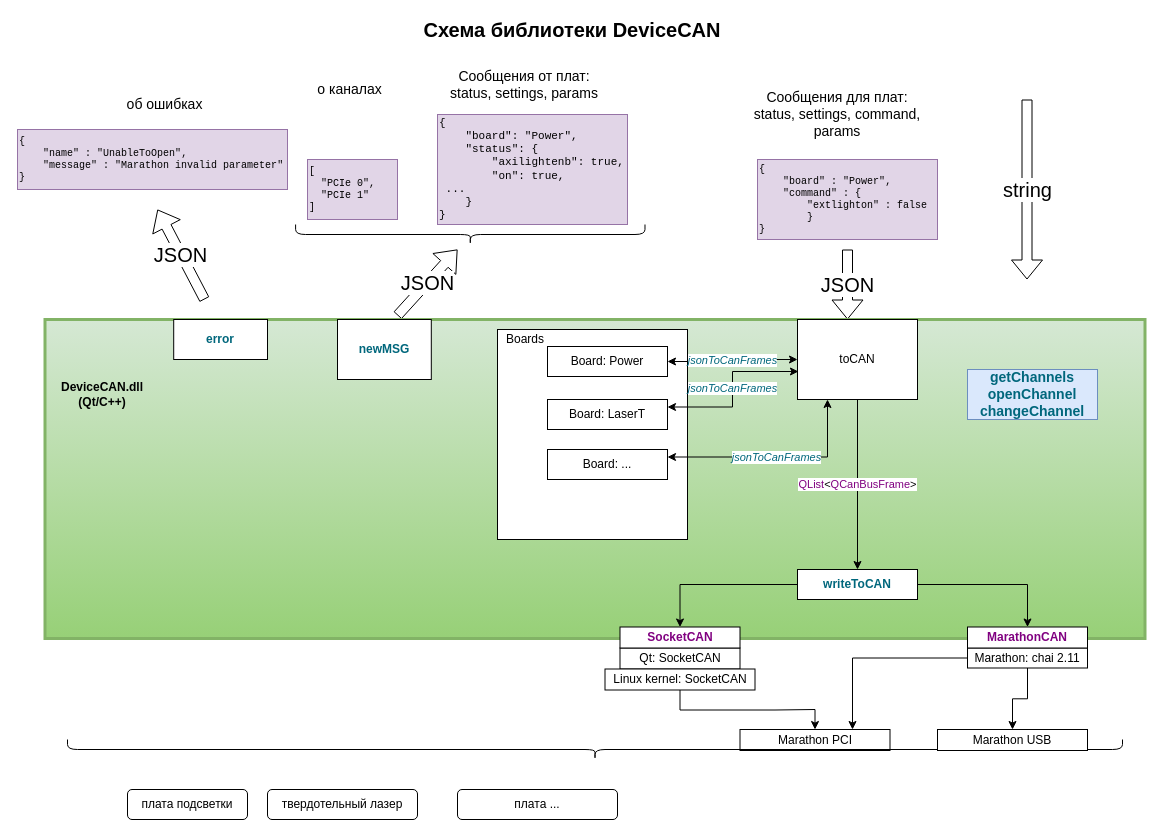
Before: LaserSTUDIO2_DeviceCAN.drawio in ponBulat/dia, a draw.io diagram. Source tidied: cells renumbered, new cells numbered last; positions are measured from the earlier drawing's top-left corner, leaving out a move shared by most shapes. Both pictures are drawn from the tidied source at 100%, with x=0, y=0 at pixel (17, 19).
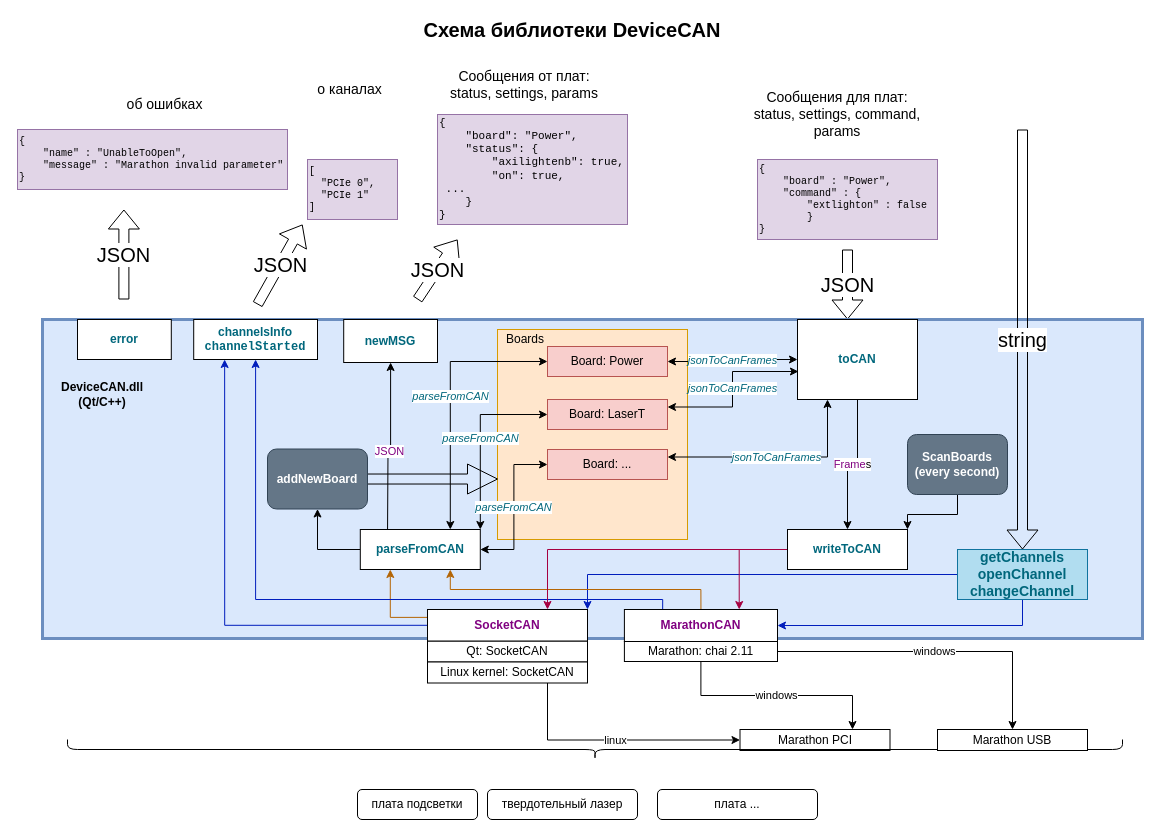
The same page after the edit.

Unchanged cells that the change refers to:
```xml
<mxCell id="26" value="Marathon PCI" style="rounded=0;whiteSpace=wrap;html=1;" parent="1" vertex="1">
  <mxGeometry x="722.5" y="710" width="150" height="21" as="geometry" />
</mxCell>
<mxCell id="33" value="Marathon USB" style="rounded=0;whiteSpace=wrap;html=1;" parent="1" vertex="1">
  <mxGeometry x="920" y="710" width="150" height="21" as="geometry" />
</mxCell>
```

What changed in the source:
```diff
@@
     <mxCell id="3" value="JSON" style="shape=flexArrow;endArrow=classic;html=1;fontSize=20;" parent="1" edge="1">
       <mxGeometry relative="1" as="geometry">
-        <mxPoint x="380" y="296" as="sourcePoint" />
-        <mxPoint x="440" y="230" as="targetPoint" />
+        <mxPoint x="400" y="280" as="sourcePoint" />
+        <mxPoint x="440" y="220" as="targetPoint" />
       </mxGeometry>
     </mxCell>
@@
-    <mxCell id="5" style="shape=curlyBracket;whiteSpace=wrap;html=1;rounded=1;flipH=1;fontSize=20;rotation=90;" parent="1" vertex="1">
-      <mxGeometry x="442.8" y="40.3" width="20" height="349.4" as="geometry" />
-    </mxCell>
@@
-    <mxCell id="14" value="string" style="shape=flexArrow;endArrow=classic;html=1;fontSize=20;" parent="1" edge="1">
-      <mxGeometry relative="1" as="geometry">
-        <mxPoint x="1009.5" y="80" as="sourcePoint" />
-        <mxPoint x="1009.5" y="260" as="targetPoint" />
-      </mxGeometry>
-    </mxCell>
-    <mxCell id="15" value="&lt;b&gt;&lt;br&gt;&lt;/b&gt;" style="rounded=0;whiteSpace=wrap;html=1;fontSize=14;fillColor=#d5e8d4;strokeColor=#82b366;gradientColor=#97d077;strokeWidth=3;" parent="1" vertex="1">
-      <mxGeometry x="27.5" y="300" width="1100" height="319" as="geometry" />
+    <mxCell id="15" value="&lt;b&gt;&lt;br&gt;&lt;/b&gt;" style="rounded=0;whiteSpace=wrap;html=1;fontSize=14;fillColor=#dae8fc;strokeColor=#6c8ebf;strokeWidth=3;" parent="1" vertex="1">
+      <mxGeometry x="25" y="300" width="1100" height="319" as="geometry" />
     </mxCell>
@@
+    <mxCell id="48" style="edgeStyle=orthogonalEdgeStyle;rounded=0;jettySize=auto;html=1;entryX=1;entryY=0.5;entryDx=0;entryDy=0;startArrow=none;startFill=0;endArrow=classic;endFill=1;exitX=0.5;exitY=1;exitDx=0;exitDy=0;fillColor=#0050ef;strokeColor=#001DBC;" parent="1" edge="1" source="17" target="32">
+      <mxGeometry relative="1" as="geometry" />
+    </mxCell>
+    <mxCell id="49" style="edgeStyle=orthogonalEdgeStyle;rounded=0;jettySize=auto;html=1;entryX=1;entryY=0;entryDx=0;entryDy=0;startArrow=none;startFill=0;endArrow=classic;endFill=1;fillColor=#0050ef;strokeColor=#001DBC;" parent="1" edge="1" source="17" target="31">
+      <mxGeometry relative="1" as="geometry" />
+    </mxCell>
-    <mxCell id="17" value="&lt;span style=&quot;font-weight: 600 ; color: #00677c&quot;&gt;getChannels&lt;/span&gt;&lt;span style=&quot;font-weight: 600 ; color: #00677c&quot;&gt;&lt;br&gt;openChannel&lt;br&gt;&lt;/span&gt;&lt;span style=&quot;font-weight: 600 ; color: #00677c&quot;&gt;changeChannel&lt;/span&gt;" style="text;html=1;strokeColor=#6c8ebf;fillColor=#dae8fc;align=center;verticalAlign=middle;whiteSpace=wrap;rounded=0;fontSize=14;" parent="1" vertex="1">
-      <mxGeometry x="950" y="350" width="130" height="50" as="geometry" />
+    <mxCell id="17" value="&lt;span style=&quot;font-weight: 600 ; color: #00677c&quot;&gt;getChannels&lt;/span&gt;&lt;span style=&quot;font-weight: 600 ; color: #00677c&quot;&gt;&lt;br&gt;openChannel&lt;br&gt;&lt;/span&gt;&lt;span style=&quot;font-weight: 600 ; color: #00677c&quot;&gt;changeChannel&lt;/span&gt;" style="text;html=1;strokeColor=#10739e;fillColor=#b1ddf0;align=center;verticalAlign=middle;whiteSpace=wrap;rounded=0;fontSize=14;" parent="1" vertex="1">
+      <mxGeometry x="940" y="530" width="130" height="50" as="geometry" />
     </mxCell>
-    <mxCell id="18" value="&lt;span style=&quot;color: #c0c0c0&quot;&gt; &lt;/span&gt;&lt;span style=&quot;color: #800080&quot;&gt;QList&lt;/span&gt;&amp;lt;&lt;span style=&quot;color: #800080&quot;&gt;QCanBusFrame&lt;/span&gt;&amp;gt;" style="edgeStyle=orthogonalEdgeStyle;rounded=0;jettySize=auto;html=1;exitX=0.5;exitY=1;exitDx=0;exitDy=0;" parent="1" edge="1" source="19" target="36">
+    <mxCell id="18" value="&lt;span style=&quot;color: #800080&quot;&gt;Frame&lt;/span&gt;s" style="edgeStyle=orthogonalEdgeStyle;rounded=0;jettySize=auto;html=1;exitX=0.5;exitY=1;exitDx=0;exitDy=0;" parent="1" edge="1" source="19" target="36">
       <mxGeometry relative="1" as="geometry" />
     </mxCell>
-    <mxCell id="19" value="toCAN" style="rounded=0;whiteSpace=wrap;html=1;" parent="1" vertex="1">
+    <mxCell id="19" value="&lt;span style=&quot;font-weight: 600 ; color: #00677c&quot;&gt;toCAN&lt;/span&gt;" style="rounded=0;whiteSpace=wrap;html=1;" parent="1" vertex="1">
       <mxGeometry x="780" y="300" width="120" height="80" as="geometry" />
     </mxCell>
     <mxCell id="20" value="Qt: SocketCAN" style="rounded=0;whiteSpace=wrap;html=1;" parent="1" vertex="1">
-      <mxGeometry x="602.5" y="628.5" width="120" height="21" as="geometry" />
+      <mxGeometry x="410" y="621.5" width="160" height="21" as="geometry" />
     </mxCell>
-    <mxCell id="21" style="edgeStyle=orthogonalEdgeStyle;rounded=0;jettySize=auto;html=1;entryX=0.75;entryY=0;entryDx=0;entryDy=0;" parent="1" edge="1" source="23" target="26">
+    <mxCell id="21" value="windows" style="edgeStyle=orthogonalEdgeStyle;rounded=0;jettySize=auto;html=1;entryX=0.75;entryY=0;entryDx=0;entryDy=0;" parent="1" edge="1" source="23" target="26">
       <mxGeometry relative="1" as="geometry" />
     </mxCell>
-    <mxCell id="22" style="edgeStyle=orthogonalEdgeStyle;rounded=0;jettySize=auto;html=1;" parent="1" edge="1" source="23" target="33">
+    <mxCell id="22" value="windows" style="edgeStyle=orthogonalEdgeStyle;rounded=0;jettySize=auto;html=1;" parent="1" edge="1" source="23" target="33">
       <mxGeometry relative="1" as="geometry" />
     </mxCell>
     <mxCell id="23" value="Marathon: chai 2.11" style="rounded=0;whiteSpace=wrap;html=1;" parent="1" vertex="1">
-      <mxGeometry x="950" y="628.5" width="120" height="20" as="geometry" />
+      <mxGeometry x="606.9" y="622" width="153.1" height="20" as="geometry" />
     </mxCell>
-    <mxCell id="24" style="edgeStyle=orthogonalEdgeStyle;rounded=0;jettySize=auto;html=1;" parent="1" edge="1" source="25" target="26">
+    <mxCell id="24" value="linux" style="edgeStyle=orthogonalEdgeStyle;rounded=0;jettySize=auto;html=1;entryX=0;entryY=0.5;entryDx=0;entryDy=0;exitX=0.75;exitY=1;exitDx=0;exitDy=0;" parent="1" edge="1" source="25" target="26">
       <mxGeometry relative="1" as="geometry" />
     </mxCell>
     <mxCell id="25" value="Linux kernel: SocketCAN" style="rounded=0;whiteSpace=wrap;html=1;" parent="1" vertex="1">
-      <mxGeometry x="587.5" y="649.5" width="150" height="21" as="geometry" />
+      <mxGeometry x="410" y="642.5" width="160" height="21" as="geometry" />
     </mxCell>
@@
     <mxCell id="27" value="&lt;div&gt;плата подсветки&lt;/div&gt;" style="rounded=1;whiteSpace=wrap;html=1;" parent="1" vertex="1">
-      <mxGeometry x="110" y="770" width="120" height="30" as="geometry" />
+      <mxGeometry x="340" y="770" width="120" height="30" as="geometry" />
     </mxCell>
@@
     <mxCell id="29" value="твердотельный лазер" style="rounded=1;whiteSpace=wrap;html=1;" parent="1" vertex="1">
-      <mxGeometry x="250" y="770" width="150" height="30" as="geometry" />
+      <mxGeometry x="470" y="770" width="150" height="30" as="geometry" />
     </mxCell>
     <mxCell id="30" value="&lt;div&gt;плата ...&lt;br&gt;&lt;/div&gt;" style="rounded=1;whiteSpace=wrap;html=1;" parent="1" vertex="1">
-      <mxGeometry x="440" y="770" width="160" height="30" as="geometry" />
+      <mxGeometry x="640" y="770" width="160" height="30" as="geometry" />
     </mxCell>
+    <mxCell id="50" style="edgeStyle=orthogonalEdgeStyle;rounded=0;jettySize=auto;html=1;entryX=0.25;entryY=1;entryDx=0;entryDy=0;startArrow=none;startFill=0;endArrow=classic;endFill=1;exitX=0;exitY=0.25;exitDx=0;exitDy=0;fillColor=#fad7ac;strokeColor=#b46504;" parent="1" edge="1" source="31" target="59">
+      <mxGeometry relative="1" as="geometry" />
+    </mxCell>
+    <mxCell id="51" style="edgeStyle=orthogonalEdgeStyle;rounded=0;jettySize=auto;html=1;entryX=0.25;entryY=1;entryDx=0;entryDy=0;startArrow=none;startFill=0;endArrow=classic;endFill=1;fillColor=#0050ef;strokeColor=#001DBC;" parent="1" edge="1" source="31" target="63">
+      <mxGeometry relative="1" as="geometry" />
+    </mxCell>
     <mxCell id="31" value="&lt;span style=&quot;font-weight: 600 ; color: #800080&quot;&gt;SocketCAN&lt;/span&gt;" style="rounded=0;whiteSpace=wrap;html=1;" parent="1" vertex="1">
-      <mxGeometry x="602.5" y="607.5" width="120" height="21" as="geometry" />
+      <mxGeometry x="410" y="590" width="160" height="31.5" as="geometry" />
     </mxCell>
+    <mxCell id="52" style="edgeStyle=orthogonalEdgeStyle;rounded=0;jettySize=auto;html=1;entryX=0.75;entryY=1;entryDx=0;entryDy=0;startArrow=none;startFill=0;exitX=0.5;exitY=0;exitDx=0;exitDy=0;fillColor=#fad7ac;strokeColor=#b46504;" parent="1" edge="1" source="32" target="59">
+      <mxGeometry relative="1" as="geometry" />
+    </mxCell>
+    <mxCell id="53" style="edgeStyle=orthogonalEdgeStyle;rounded=0;jettySize=auto;html=1;entryX=0.5;entryY=1;entryDx=0;entryDy=0;startArrow=none;startFill=0;endArrow=classic;endFill=1;exitX=0.25;exitY=0;exitDx=0;exitDy=0;fillColor=#0050ef;strokeColor=#001DBC;" parent="1" edge="1" source="32" target="63">
+      <mxGeometry relative="1" as="geometry">
+        <Array as="points">
+          <mxPoint x="645" y="580" />
+          <mxPoint x="238" y="580" />
+        </Array>
+      </mxGeometry>
+    </mxCell>
     <mxCell id="32" value="&lt;span style=&quot;font-weight: 600 ; color: #800080&quot;&gt;MarathonCAN&lt;/span&gt;" style="rounded=0;whiteSpace=wrap;html=1;" parent="1" vertex="1">
-      <mxGeometry x="950" y="607.5" width="120" height="21" as="geometry" />
+      <mxGeometry x="606.9" y="590" width="153.1" height="32" as="geometry" />
     </mxCell>
@@
-    <mxCell id="34" style="edgeStyle=orthogonalEdgeStyle;rounded=0;jettySize=auto;html=1;" parent="1" edge="1" source="36" target="31">
+    <mxCell id="34" style="edgeStyle=orthogonalEdgeStyle;rounded=0;jettySize=auto;html=1;entryX=0.75;entryY=0;entryDx=0;entryDy=0;fillColor=#d80073;strokeColor=#A50040;" parent="1" edge="1" source="36" target="31">
       <mxGeometry relative="1" as="geometry" />
     </mxCell>
-    <mxCell id="35" style="edgeStyle=orthogonalEdgeStyle;rounded=0;jettySize=auto;html=1;entryX=0.5;entryY=0;entryDx=0;entryDy=0;" parent="1" edge="1" source="36" target="32">
+    <mxCell id="35" style="edgeStyle=orthogonalEdgeStyle;rounded=0;jettySize=auto;html=1;entryX=0.75;entryY=0;entryDx=0;entryDy=0;fillColor=#d80073;strokeColor=#A50040;" parent="1" edge="1" source="36" target="32">
       <mxGeometry relative="1" as="geometry" />
     </mxCell>
     <mxCell id="36" value="&lt;span style=&quot;font-weight: 600 ; color: #00677c&quot;&gt;writeToCAN&lt;/span&gt;" style="rounded=0;whiteSpace=wrap;html=1;" parent="1" vertex="1">
-      <mxGeometry x="780" y="550" width="120" height="30" as="geometry" />
+      <mxGeometry x="770" y="510" width="120" height="40" as="geometry" />
     </mxCell>
     <mxCell id="37" value="&lt;span style=&quot;font-weight: 600 ; color: #00677c&quot;&gt;newMSG&lt;/span&gt;" style="rounded=0;whiteSpace=wrap;html=1;" parent="1" vertex="1">
-      <mxGeometry x="320" y="300" width="93.8" height="60" as="geometry" />
+      <mxGeometry x="326.2" y="300" width="93.8" height="43" as="geometry" />
     </mxCell>
-    <mxCell id="38" style="rounded=0;whiteSpace=wrap;html=1;" parent="1" vertex="1">
+    <mxCell id="38" style="rounded=0;whiteSpace=wrap;html=1;fillColor=#ffe6cc;strokeColor=#d79b00;" parent="1" vertex="1">
       <mxGeometry x="480" y="310" width="190" height="210" as="geometry" />
     </mxCell>
-    <mxCell id="39" value="Board: Power" style="rounded=0;whiteSpace=wrap;html=1;" parent="1" vertex="1">
+    <mxCell id="39" value="Board: Power" style="rounded=0;whiteSpace=wrap;html=1;fillColor=#f8cecc;strokeColor=#b85450;" parent="1" vertex="1">
       <mxGeometry x="530" y="327" width="120" height="30" as="geometry" />
     </mxCell>
-    <mxCell id="40" value="Board: LaserT" style="rounded=0;whiteSpace=wrap;html=1;" parent="1" vertex="1">
+    <mxCell id="40" value="Board: LaserT" style="rounded=0;whiteSpace=wrap;html=1;fillColor=#f8cecc;strokeColor=#b85450;" parent="1" vertex="1">
       <mxGeometry x="530" y="380" width="120" height="30" as="geometry" />
     </mxCell>
-    <mxCell id="41" value="Board: ..." style="rounded=0;whiteSpace=wrap;html=1;" parent="1" vertex="1">
+    <mxCell id="41" value="Board: ..." style="rounded=0;whiteSpace=wrap;html=1;fillColor=#f8cecc;strokeColor=#b85450;" parent="1" vertex="1">
       <mxGeometry x="530" y="430" width="120" height="30" as="geometry" />
     </mxCell>
@@
     <mxCell id="46" value="JSON" style="shape=flexArrow;endArrow=classic;html=1;fontSize=20;" parent="1" edge="1">
       <mxGeometry relative="1" as="geometry">
-        <mxPoint x="187" y="280" as="sourcePoint" />
-        <mxPoint x="140" y="190" as="targetPoint" />
+        <mxPoint x="106.4" y="280" as="sourcePoint" />
+        <mxPoint x="106.4" y="190" as="targetPoint" />
       </mxGeometry>
     </mxCell>
     <mxCell id="47" value="&lt;span style=&quot;font-weight: 600 ; color: #00677c&quot;&gt;error&lt;/span&gt;" style="rounded=0;whiteSpace=wrap;html=1;" parent="1" vertex="1">
-      <mxGeometry x="156.2" y="300" width="93.8" height="40" as="geometry" />
+      <mxGeometry x="60" y="300" width="93.8" height="40" as="geometry" />
     </mxCell>
+    <mxCell id="54" value="&lt;i&gt;&lt;span style=&quot;color: rgb(0 , 103 , 124)&quot;&gt;parseFromCAN&lt;/span&gt;&lt;/i&gt;" style="edgeStyle=orthogonalEdgeStyle;rounded=0;jettySize=auto;html=1;entryX=0;entryY=0.5;entryDx=0;entryDy=0;startArrow=classic;startFill=1;exitX=0.75;exitY=0;exitDx=0;exitDy=0;" parent="1" edge="1" source="59" target="39">
+      <mxGeometry relative="1" as="geometry" />
+    </mxCell>
+    <mxCell id="55" value="&lt;i&gt;&lt;span style=&quot;color: rgb(0 , 103 , 124)&quot;&gt;parseFromCAN&lt;/span&gt;&lt;/i&gt;" style="edgeStyle=orthogonalEdgeStyle;rounded=0;jettySize=auto;html=1;entryX=0;entryY=0.5;entryDx=0;entryDy=0;startArrow=classic;startFill=1;exitX=1;exitY=0;exitDx=0;exitDy=0;" parent="1" edge="1" source="59" target="40">
+      <mxGeometry relative="1" as="geometry" />
+    </mxCell>
+    <mxCell id="56" value="&lt;i&gt;&lt;span style=&quot;color: rgb(0 , 103 , 124)&quot;&gt;parseFromCAN&lt;/span&gt;&lt;/i&gt;" style="edgeStyle=orthogonalEdgeStyle;rounded=0;jettySize=auto;html=1;entryX=0;entryY=0.5;entryDx=0;entryDy=0;startArrow=classic;startFill=1;" parent="1" edge="1" source="59" target="41">
+      <mxGeometry relative="1" as="geometry" />
+    </mxCell>
+    <mxCell id="57" value="&lt;span style=&quot;color: #c0c0c0&quot;&gt;&lt;/span&gt;&lt;span style=&quot;color: #800080&quot;&gt;JSON&lt;/span&gt;&lt;span style=&quot;color: #800080&quot;&gt;&lt;/span&gt;" style="edgeStyle=orthogonalEdgeStyle;rounded=0;jettySize=auto;html=1;entryX=0.5;entryY=1;entryDx=0;entryDy=0;startArrow=none;startFill=0;endArrow=classic;endFill=1;" parent="1" edge="1" target="37">
+      <mxGeometry relative="1" as="geometry">
+        <mxPoint x="370" y="520" as="sourcePoint" />
+      </mxGeometry>
+    </mxCell>
+    <mxCell id="58" style="edgeStyle=orthogonalEdgeStyle;rounded=0;jettySize=auto;html=1;startArrow=none;startFill=0;endArrow=classic;endFill=1;exitX=0;exitY=0.5;exitDx=0;exitDy=0;" parent="1" edge="1" source="59" target="65">
+      <mxGeometry relative="1" as="geometry" />
+    </mxCell>
+    <mxCell id="59" value="&lt;b&gt;&lt;span style=&quot;color: rgb(0 , 103 , 124)&quot;&gt;parseFromCAN&lt;/span&gt;&lt;/b&gt;" style="rounded=0;whiteSpace=wrap;html=1;" parent="1" vertex="1">
+      <mxGeometry x="342.8" y="510" width="120" height="40" as="geometry" />
+    </mxCell>
+    <mxCell id="14" value="string" style="shape=flexArrow;endArrow=classic;html=1;fontSize=20;startArrow=none;startFill=0;" parent="1" edge="1" target="17">
+      <mxGeometry relative="1" as="geometry">
+        <mxPoint x="1005" y="110" as="sourcePoint" />
+      </mxGeometry>
+    </mxCell>
+    <mxCell id="60" style="edgeStyle=orthogonalEdgeStyle;rounded=0;jettySize=auto;html=1;entryX=1;entryY=0;entryDx=0;entryDy=0;startArrow=none;startFill=0;endArrow=classic;endFill=1;" parent="1" edge="1" source="61" target="36">
+      <mxGeometry relative="1" as="geometry" />
+    </mxCell>
+    <mxCell id="61" value="&lt;div&gt;&lt;b&gt;ScanBoards&lt;/b&gt;&lt;/div&gt;&lt;div&gt;&lt;b&gt;(every second)&lt;br&gt;&lt;/b&gt;&lt;/div&gt;" style="rounded=1;whiteSpace=wrap;html=1;fillColor=#647687;strokeColor=#314354;fontColor=#ffffff;" parent="1" vertex="1">
+      <mxGeometry x="890" y="415" width="100" height="60" as="geometry" />
+    </mxCell>
+    <mxCell id="62" value="JSON" style="shape=flexArrow;endArrow=classic;html=1;fontSize=20;" parent="1" edge="1">
+      <mxGeometry relative="1" as="geometry">
+        <mxPoint x="240" y="285" as="sourcePoint" />
+        <mxPoint x="285" y="205" as="targetPoint" />
+      </mxGeometry>
+    </mxCell>
+    <mxCell id="63" value="&lt;span style=&quot;font-weight: 600 ; color: #00677c&quot;&gt;channelsInfo&lt;/span&gt;&lt;br&gt;&lt;span style=&quot;font-weight: 600 ; color: #00677c&quot;&gt;&lt;/span&gt;&lt;pre style=&quot;margin-top: 0px ; margin-bottom: 0px ; margin-left: 0px ; margin-right: 0px ; text-indent: 0px&quot;&gt;&lt;span style=&quot;font-weight: 600 ; color: #00677c&quot;&gt;channelStarted&lt;/span&gt;&lt;br&gt;&lt;/pre&gt;" style="rounded=0;whiteSpace=wrap;html=1;" parent="1" vertex="1">
+      <mxGeometry x="176.2" y="300" width="123.8" height="40" as="geometry" />
+    </mxCell>
+    <mxCell id="64" style="edgeStyle=orthogonalEdgeStyle;rounded=0;jettySize=auto;html=1;entryX=0;entryY=0.712;entryDx=0;entryDy=0;entryPerimeter=0;startArrow=none;startFill=0;endArrow=classic;endFill=1;shape=arrow;" parent="1" edge="1" source="65" target="38">
+      <mxGeometry relative="1" as="geometry" />
+    </mxCell>
+    <mxCell id="65" value="&lt;div&gt;&lt;b&gt;addNewBoard&lt;/b&gt;&lt;/div&gt;" style="rounded=1;whiteSpace=wrap;html=1;fillColor=#647687;strokeColor=#314354;fontColor=#ffffff;" parent="1" vertex="1">
+      <mxGeometry x="250" y="429.5" width="100" height="60" as="geometry" />
+    </mxCell>
```
